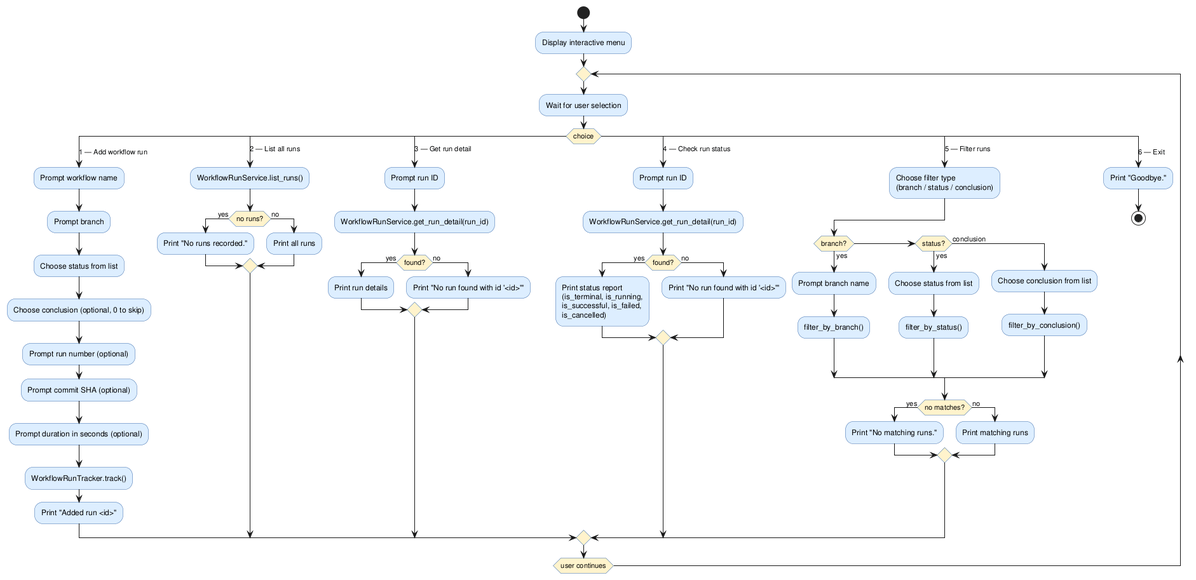
Before: experiments/supervisor_as_tools/user_stories/github-workflow-manager/artifacts/activity_diagram_interactive.png, a diagram exported from PlantUML (DanielRiha8906/Software_autoevolution_using_agents).
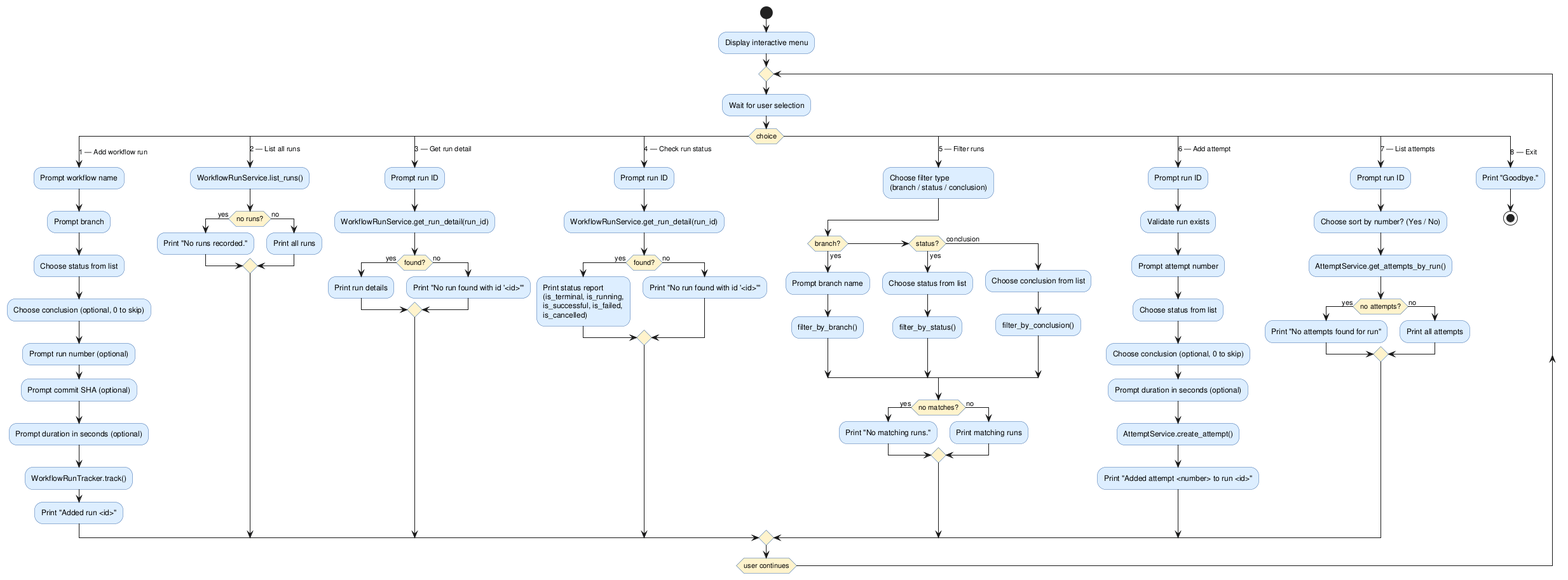
After the commit.

Change to the diagram source:
```diff
@@ -69,7 +69,27 @@
         :Print matching runs;
       endif
 
-    case (6 — Exit)
+    case (6 — Add attempt)
+      :Prompt run ID;
+      :Validate run exists;
+      :Prompt attempt number;
+      :Choose status from list;
+      :Choose conclusion (optional, 0 to skip);
+      :Prompt duration in seconds (optional);
+      :AttemptService.create_attempt();
+      :Print "Added attempt <number> to run <id>";
+
+    case (7 — List attempts)
+      :Prompt run ID;
+      :Choose sort by number? (Yes / No);
+      :AttemptService.get_attempts_by_run();
+      if (no attempts?) then (yes)
+        :Print "No attempts found for run";
+      else (no)
+        :Print all attempts;
+      endif
+
+    case (8 — Exit)
       :Print "Goodbye.";
       stop
 
```
